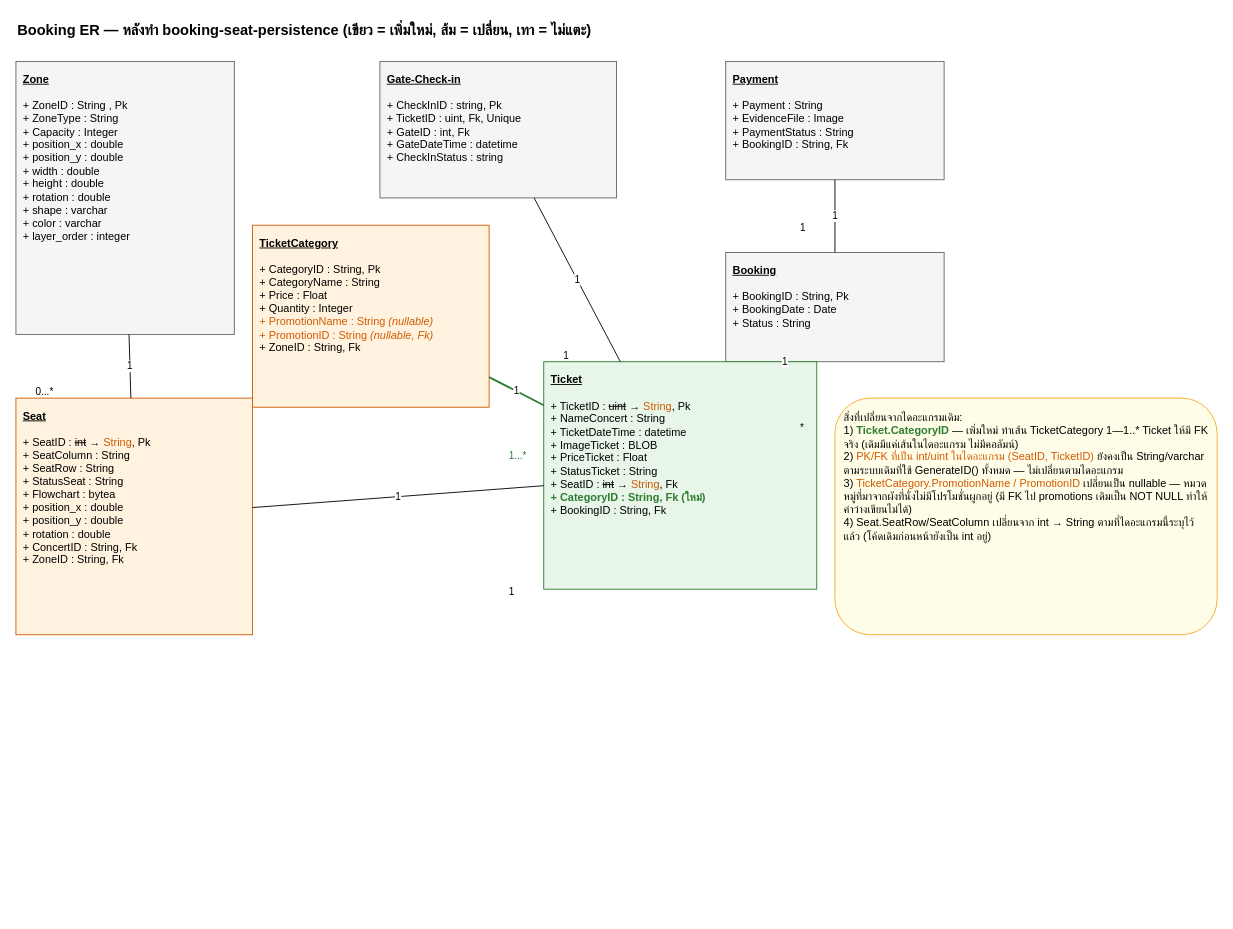
pongsakornimnamkhaw/Mock-SA keeps this draw.io diagram as docs/superpowers/specs/2026-09-10-booking-seat-persistence-erd.drawio. Above is the earlier version. Source tidied: cells renumbered, new cells numbered last; positions are measured from the earlier drawing's top-left corner, leaving out a move shared by most shapes. Both pictures are drawn from the tidied source at 91%, with x=0, y=0 at pixel (15, 15).
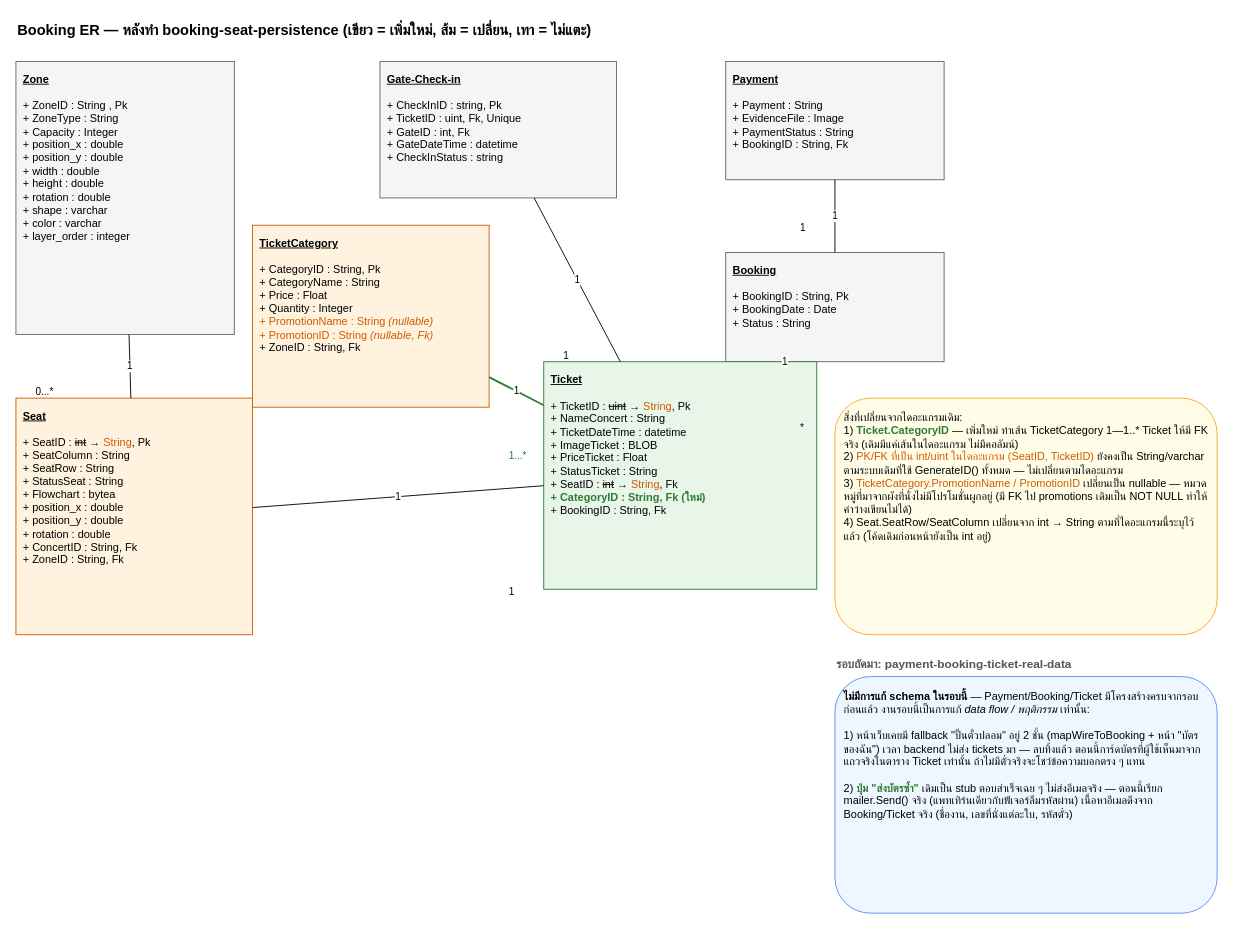
Above is the later version.

Commit message:
docs: เพิ่มหมายเหตุ ER diagram รอบ payment-booking-ticket-real-data (ไม่มีการแก้ schema)

The edit, as a diff of the source:
```diff
@@
+    <mxCell id="23" value="รอบถัดมา: payment-booking-ticket-real-data" style="text;html=1;align=left;verticalAlign=middle;fontStyle=1;fontSize=13;fontColor=#555555;" parent="1" vertex="1">
+      <mxGeometry x="900" y="700" width="420" height="24" as="geometry" />
+    </mxCell>
+    <mxCell id="24" value="&lt;b&gt;ไม่มีการแก้ schema ในรอบนี้&lt;/b&gt; — Payment/Booking/Ticket มีโครงสร้างครบจากรอบก่อนแล้ว งานรอบนี้เป็นการแก้ &lt;i&gt;data flow / พฤติกรรม&lt;/i&gt; เท่านั้น:&lt;br&gt;&lt;br&gt;1) หน้าเว็บเคยมี fallback &amp;quot;ปั้นตั๋วปลอม&amp;quot; อยู่ 2 ชั้น (mapWireToBooking + หน้า &amp;quot;บัตรของฉัน&amp;quot;) เวลา backend ไม่ส่ง tickets มา — ลบทิ้งแล้ว ตอนนี้การ์ดบัตรที่ผู้ใช้เห็นมาจากแถวจริงในตาราง Ticket เท่านั้น ถ้าไม่มีตั๋วจริงจะโชว์ข้อความบอกตรง ๆ แทน&lt;br&gt;&lt;br&gt;2) &lt;font color=&quot;#2e7d32&quot;&gt;&lt;b&gt;ปุ่ม &amp;quot;ส่งบัตรซ้ำ&amp;quot;&lt;/b&gt;&lt;/font&gt; เดิมเป็น stub ตอบสำเร็จเฉย ๆ ไม่ส่งอีเมลจริง — ตอนนี้เรียก mailer.Send() จริง (แพทเทิร์นเดียวกับฟีเจอร์ลืมรหัสผ่าน) เนื้อหาอีเมลดึงจาก Booking/Ticket จริง (ชื่องาน, เลขที่นั่งแต่ละใบ, รหัสตั๋ว)" style="rounded=1;whiteSpace=wrap;html=1;align=left;verticalAlign=top;spacing=10;fontSize=12;fillColor=#eef7ff;strokeColor=#5b8def;" parent="1" vertex="1">
+      <mxGeometry x="900" y="726" width="420" height="260" as="geometry" />
+    </mxCell>
```
